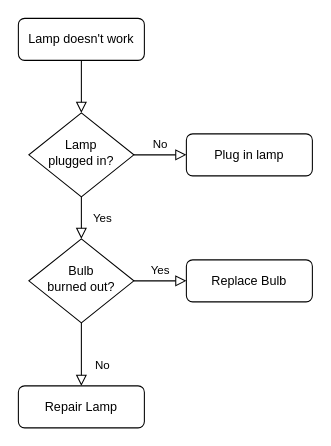
The draw.io diagram Untitled Diagram.drawio in arumsaricorporationpusat/percobaan, before the edit. Source tidied: cells renumbered, new cells numbered last; positions are measured from the earlier drawing's top-left corner, leaving out a move shared by most shapes. Both pictures are drawn from the tidied source at 105%, with x=0, y=0 at pixel (18, 18).
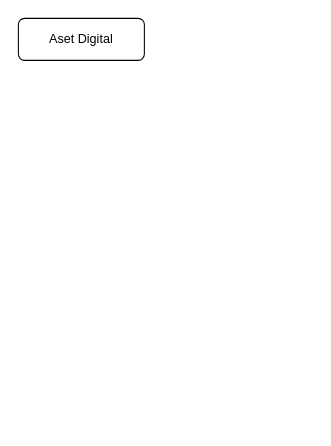
After the change.

Change to the diagram source:
```diff
@@
 <mxGraphModel>
   <root>
     <mxCell id="0" />
     <mxCell id="1" parent="0" />
-    <mxCell id="2" style="rounded=0;html=1;jettySize=auto;fontSize=11;endArrow=block;endFill=0;endSize=8;strokeWidth=1;shadow=0;labelBackgroundColor=none;edgeStyle=orthogonalEdgeStyle;" parent="1" edge="1" source="3" target="6">
-      <mxGeometry relative="1" as="geometry" />
-    </mxCell>
-    <mxCell id="3" value="Lamp doesn't work" style="rounded=1;whiteSpace=wrap;html=1;fontSize=12;glass=0;strokeWidth=1;shadow=0;" parent="1" vertex="1">
+    <mxCell id="3" value="Aset Digital" style="rounded=1;whiteSpace=wrap;html=1;fontSize=12;glass=0;strokeWidth=1;shadow=0;" parent="1" vertex="1">
       <mxGeometry width="120" height="40" as="geometry" />
     </mxCell>
-    <mxCell id="4" value="Yes" style="rounded=0;html=1;jettySize=auto;fontSize=11;endArrow=block;endFill=0;endSize=8;strokeWidth=1;shadow=0;labelBackgroundColor=none;edgeStyle=orthogonalEdgeStyle;" parent="1" edge="1" source="6" target="10">
-      <mxGeometry y="20" relative="1" as="geometry" />
-    </mxCell>
-    <mxCell id="5" value="No" style="edgeStyle=orthogonalEdgeStyle;rounded=0;html=1;jettySize=auto;fontSize=11;endArrow=block;endFill=0;endSize=8;strokeWidth=1;shadow=0;labelBackgroundColor=none;" parent="1" edge="1" source="6" target="7">
-      <mxGeometry y="10" relative="1" as="geometry" />
-    </mxCell>
-    <mxCell id="6" value="Lamp&lt;br&gt;plugged in?" style="rhombus;whiteSpace=wrap;html=1;shadow=0;fontFamily=Helvetica;fontSize=12;align=center;strokeWidth=1;spacing=6;spacingTop=-4;" parent="1" vertex="1">
-      <mxGeometry x="10" y="90" width="100" height="80" as="geometry" />
-    </mxCell>
-    <mxCell id="7" value="Plug in lamp" style="rounded=1;whiteSpace=wrap;html=1;fontSize=12;glass=0;strokeWidth=1;shadow=0;" parent="1" vertex="1">
-      <mxGeometry x="160" y="110" width="120" height="40" as="geometry" />
-    </mxCell>
-    <mxCell id="8" value="No" style="rounded=0;html=1;jettySize=auto;fontSize=11;endArrow=block;endFill=0;endSize=8;strokeWidth=1;shadow=0;labelBackgroundColor=none;edgeStyle=orthogonalEdgeStyle;" parent="1" edge="1" source="10" target="11">
-      <mxGeometry x="0.33" y="20" relative="1" as="geometry" />
-    </mxCell>
-    <mxCell id="9" value="Yes" style="edgeStyle=orthogonalEdgeStyle;rounded=0;html=1;jettySize=auto;fontSize=11;endArrow=block;endFill=0;endSize=8;strokeWidth=1;shadow=0;labelBackgroundColor=none;" parent="1" edge="1" source="10" target="12">
-      <mxGeometry y="10" relative="1" as="geometry" />
-    </mxCell>
-    <mxCell id="10" value="Bulb&lt;br&gt;burned out?" style="rhombus;whiteSpace=wrap;html=1;shadow=0;fontFamily=Helvetica;fontSize=12;align=center;strokeWidth=1;spacing=6;spacingTop=-4;" parent="1" vertex="1">
-      <mxGeometry x="10" y="210" width="100" height="80" as="geometry" />
-    </mxCell>
-    <mxCell id="11" value="Repair Lamp" style="rounded=1;whiteSpace=wrap;html=1;fontSize=12;glass=0;strokeWidth=1;shadow=0;" parent="1" vertex="1">
-      <mxGeometry y="350" width="120" height="40" as="geometry" />
-    </mxCell>
-    <mxCell id="12" value="Replace Bulb" style="rounded=1;whiteSpace=wrap;html=1;fontSize=12;glass=0;strokeWidth=1;shadow=0;" parent="1" vertex="1">
-      <mxGeometry x="160" y="230" width="120" height="40" as="geometry" />
-    </mxCell>
   </root>
 </mxGraphModel>
```
